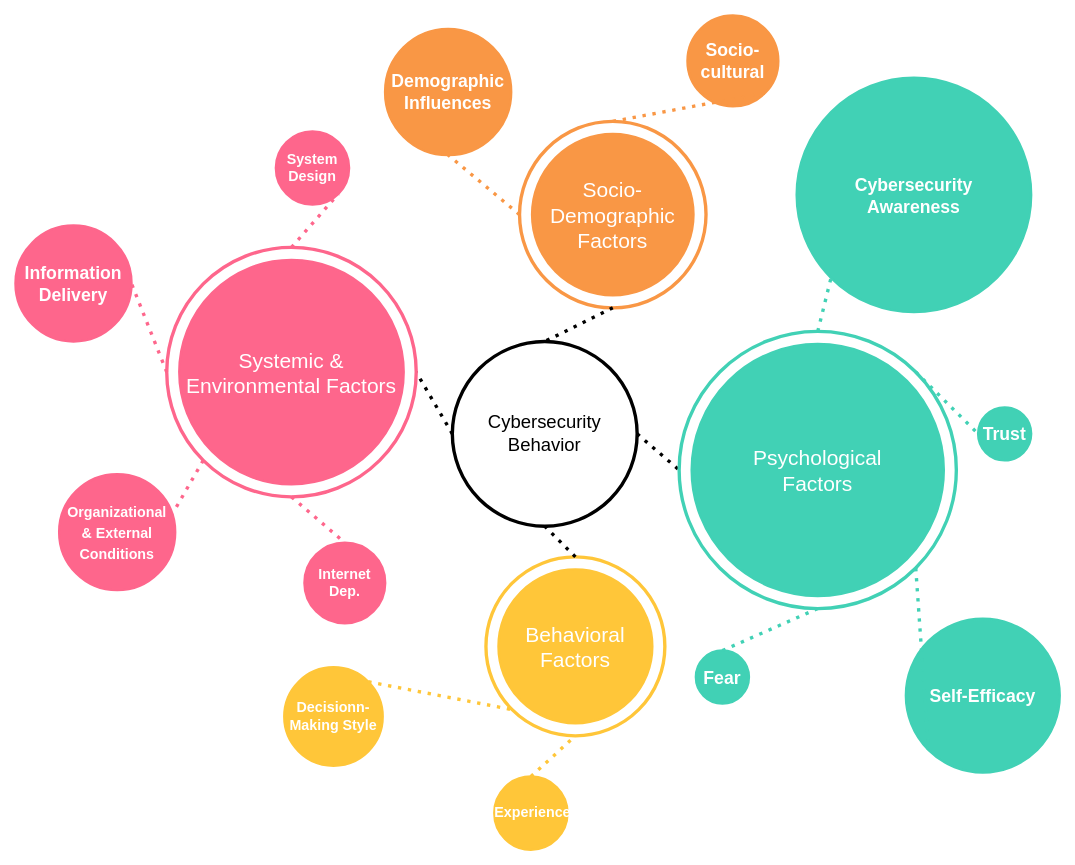
The draw.io diagram page "Page-2" (4 of 5) of Diagrams/Codebook.drawio in HooradAboo/I-CLAIM, before the edit. Source tidied: cells renumbered, new cells numbered last; positions are measured from the earlier drawing's top-left corner, leaving out a move shared by most shapes. Both pictures are drawn from the tidied source at 84%, with x=0, y=0 at pixel (15, 15).
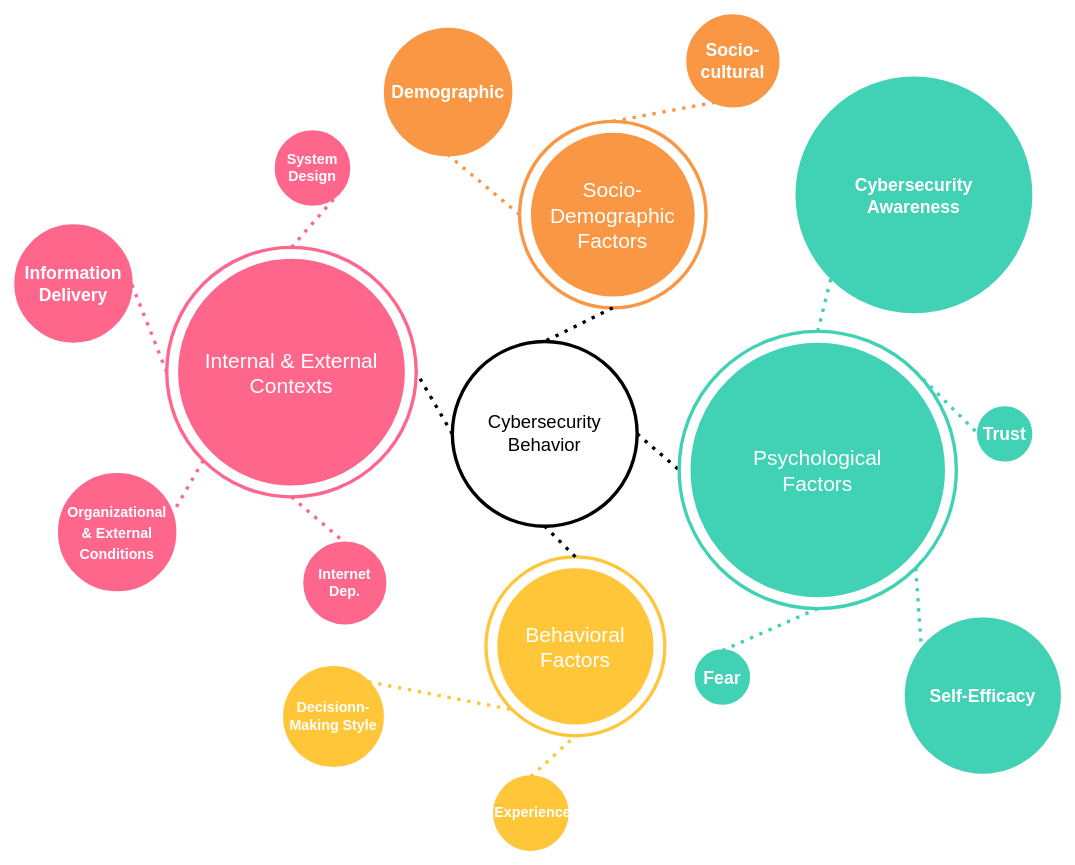
Above is the later version.

The change refers to these unchanged cells:
```xml
<mxCell id="19" style="group;" parent="1" vertex="1">
  <mxGeometry x="180" y="276" width="280" height="280" as="geometry" />
</mxCell>
```

What changed in the source:
```diff
@@
-    <mxCell id="13" value="&lt;font style=&quot;color: light-dark(rgb(255, 255, 255), rgb(237, 237, 237));&quot;&gt;Demographic Influences&lt;/font&gt;" style="ellipse;whiteSpace=wrap;html=1;strokeWidth=3;fontSize=21;verticalAlign=middle;align=center;fontFamily=Helvetica;fillColor=#F99745;strokeColor=#F99745;fontStyle=1;" parent="1" vertex="1">
+    <mxCell id="13" value="&lt;font style=&quot;color: light-dark(rgb(255, 255, 255), rgb(237, 237, 237));&quot;&gt;Demographic&lt;/font&gt;" style="ellipse;whiteSpace=wrap;html=1;strokeWidth=3;fontSize=21;verticalAlign=middle;align=center;fontFamily=Helvetica;fillColor=#F99745;strokeColor=#F99745;fontStyle=1;" parent="1" vertex="1">
       <mxGeometry x="440" y="16" width="150" height="150" as="geometry" />
     </mxCell>
@@
-    <mxCell id="21" value="&lt;span style=&quot;color: rgb(255, 255, 255);&quot;&gt;&lt;font style=&quot;font-size: 25px;&quot;&gt;Systemic &amp;amp; Environmental Factors&lt;/font&gt;&lt;/span&gt;" style="ellipse;whiteSpace=wrap;html=1;strokeWidth=3;fontSize=21;verticalAlign=middle;align=center;fontFamily=Helvetica;fillColor=#FE668C;strokeColor=#FE668C;" parent="19" vertex="1">
+    <mxCell id="21" value="&lt;span style=&quot;color: rgb(255, 255, 255);&quot;&gt;&lt;font style=&quot;font-size: 25px;&quot;&gt;Internal &amp;amp; External Contexts&lt;/font&gt;&lt;/span&gt;" style="ellipse;whiteSpace=wrap;html=1;strokeWidth=3;fontSize=21;verticalAlign=middle;align=center;fontFamily=Helvetica;fillColor=#FE668C;strokeColor=#FE668C;" parent="19" vertex="1">
       <mxGeometry x="15" y="15" width="267" height="267" as="geometry" />
     </mxCell>
```
